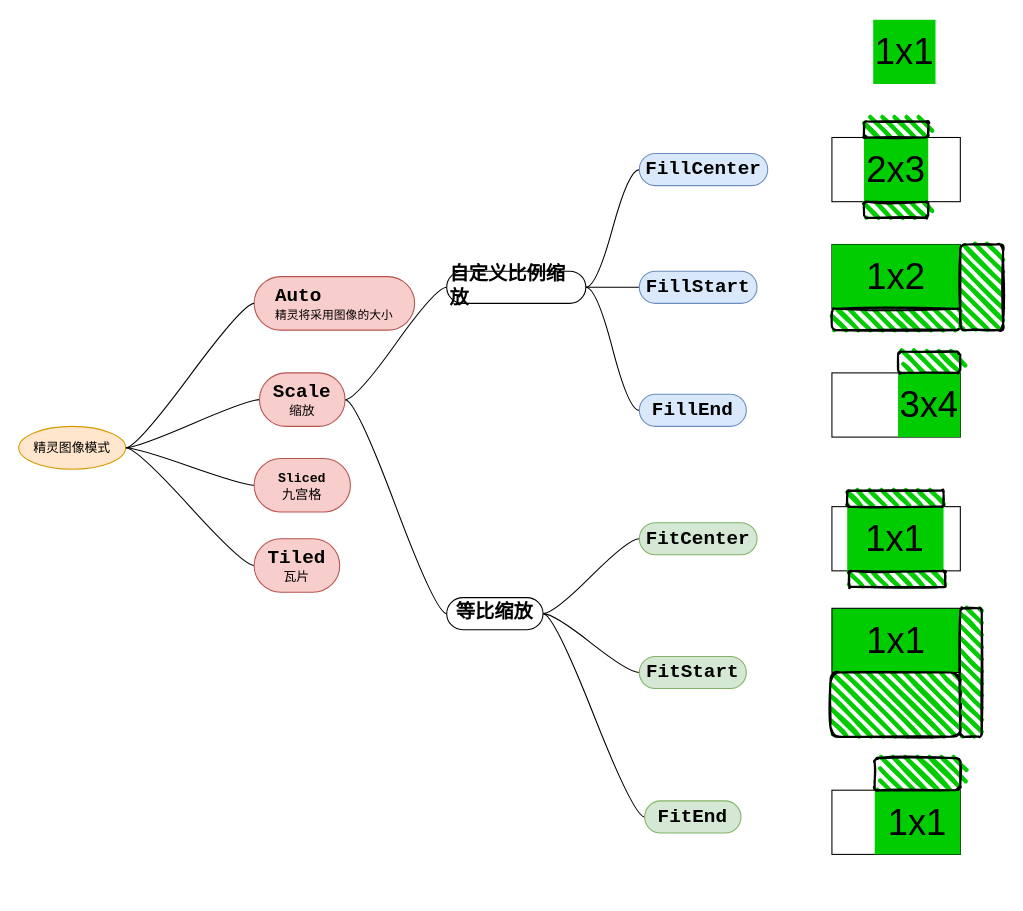
Earlier version of the draw.io diagram page "精灵的图像拉伸模式" (8 of 8) of bevy-0.17.drawio (topkg/graph). Source tidied: cells renumbered, new cells numbered last; positions are measured from the earlier drawing's top-left corner, leaving out a move shared by most shapes. Both pictures are drawn from the tidied source at 107%, with x=0, y=0 at pixel (18, 19).
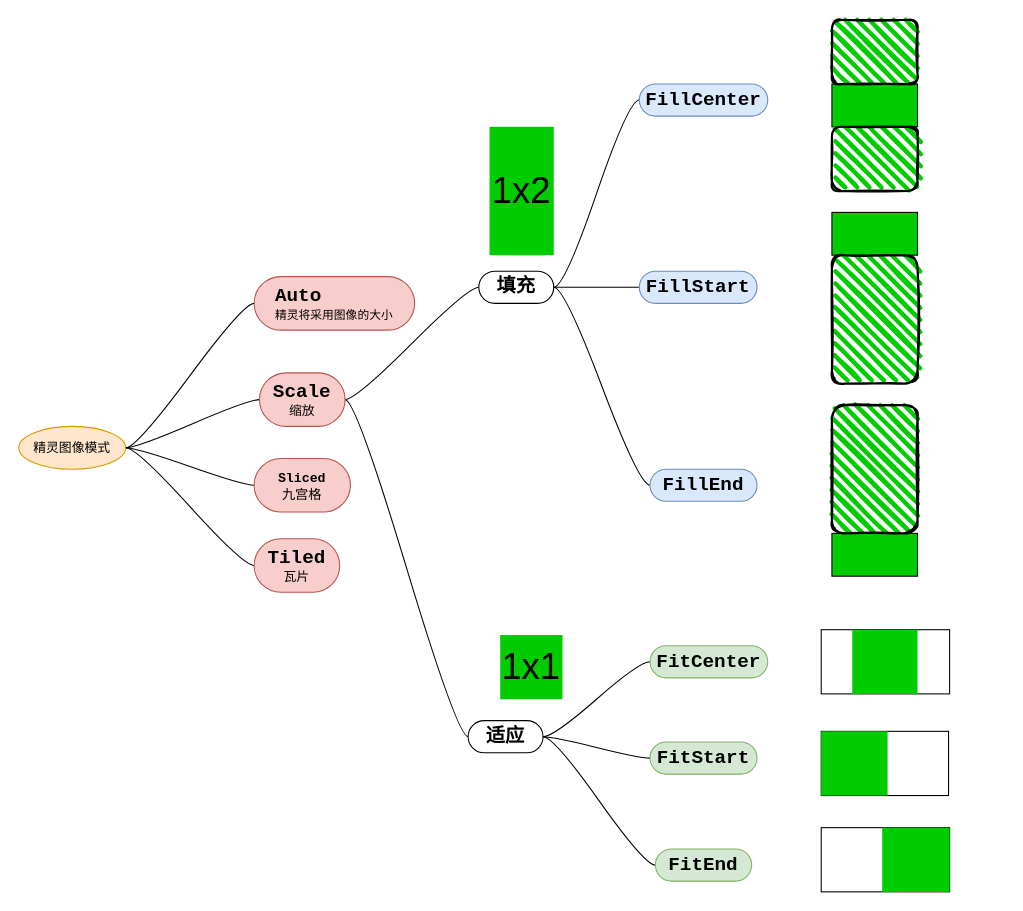
After the change.

Commit message:
更新填充he适应

Change to the diagram source:
```diff
@@
+    <mxCell id="55" style="rounded=0;whiteSpace=wrap;html=1;fillColor=none;" parent="1" vertex="1">
+      <mxGeometry x="750" y="665" width="119" height="60" as="geometry" />
+    </mxCell>
@@
-    <mxCell id="15" value="&lt;h3 class=&quot;code-header&quot; style=&quot;box-sizing: border-box; scrollbar-width: initial; scrollbar-color: rgba(36, 37, 39, 0.6) rgb(217, 217, 217); font-size: 1.125rem; margin: 0px; padding: 0px; font-family: &amp;quot;Fira Mono&amp;quot;, monospace; white-space-collapse: preserve; text-align: left;&quot;&gt;等比缩放&lt;/h3&gt;" style="whiteSpace=wrap;html=1;rounded=1;arcSize=50;align=center;verticalAlign=middle;strokeWidth=1;spacing=4;newEdgeStyle={&quot;edgeStyle&quot;:&quot;entityRelationEdgeStyle&quot;,&quot;startArrow&quot;:&quot;none&quot;,&quot;endArrow&quot;:&quot;none&quot;,&quot;segment&quot;:10,&quot;curved&quot;:1,&quot;sourcePerimeterSpacing&quot;:0,&quot;targetPerimeterSpacing&quot;:0};labelBackgroundColor=none;" parent="1" vertex="1">
-      <mxGeometry x="400" y="540" width="90" height="30" as="geometry" />
+    <mxCell id="15" value="&lt;h3 class=&quot;code-header&quot; style=&quot;box-sizing: border-box; scrollbar-width: initial; scrollbar-color: rgba(36, 37, 39, 0.6) rgb(217, 217, 217); font-size: 1.125rem; margin: 0px; padding: 0px; font-family: &amp;quot;Fira Mono&amp;quot;, monospace; white-space-collapse: preserve; text-align: left;&quot;&gt;适应&lt;/h3&gt;" style="whiteSpace=wrap;html=1;rounded=1;arcSize=50;align=center;verticalAlign=middle;strokeWidth=1;spacing=4;newEdgeStyle={&quot;edgeStyle&quot;:&quot;entityRelationEdgeStyle&quot;,&quot;startArrow&quot;:&quot;none&quot;,&quot;endArrow&quot;:&quot;none&quot;,&quot;segment&quot;:10,&quot;curved&quot;:1,&quot;sourcePerimeterSpacing&quot;:0,&quot;targetPerimeterSpacing&quot;:0};labelBackgroundColor=none;" parent="1" vertex="1">
+      <mxGeometry x="420" y="655" width="70" height="30" as="geometry" />
     </mxCell>
@@
     <mxCell id="18" value="&lt;h3 class=&quot;code-header&quot; style=&quot;box-sizing: border-box; scrollbar-width: initial; scrollbar-color: rgba(36, 37, 39, 0.6) rgb(217, 217, 217); font-size: 1.125rem; margin: 0px; padding: 0px; font-family: &amp;quot;Fira Mono&amp;quot;, monospace; white-space-collapse: preserve; text-align: left;&quot;&gt;FillCenter&lt;/h3&gt;" style="whiteSpace=wrap;html=1;rounded=1;arcSize=50;align=center;verticalAlign=middle;strokeWidth=1;spacing=4;newEdgeStyle={&quot;edgeStyle&quot;:&quot;entityRelationEdgeStyle&quot;,&quot;startArrow&quot;:&quot;none&quot;,&quot;endArrow&quot;:&quot;none&quot;,&quot;segment&quot;:10,&quot;curved&quot;:1,&quot;sourcePerimeterSpacing&quot;:0,&quot;targetPerimeterSpacing&quot;:0};fillColor=#dae8fc;strokeColor=#6c8ebf;labelBackgroundColor=none;" parent="1" vertex="1">
-      <mxGeometry x="580" y="125" width="120" height="30" as="geometry" />
+      <mxGeometry x="580" y="60" width="120" height="30" as="geometry" />
     </mxCell>
@@
     <mxCell id="20" value="&lt;h3 class=&quot;code-header&quot; style=&quot;box-sizing: border-box; scrollbar-width: initial; scrollbar-color: rgba(36, 37, 39, 0.6) rgb(217, 217, 217); font-size: 1.125rem; margin: 0px; padding: 0px; font-family: &amp;quot;Fira Mono&amp;quot;, monospace; white-space-collapse: preserve; text-align: left;&quot;&gt;FillEnd&lt;/h3&gt;" style="whiteSpace=wrap;html=1;rounded=1;arcSize=50;align=center;verticalAlign=middle;strokeWidth=1;spacing=4;newEdgeStyle={&quot;edgeStyle&quot;:&quot;entityRelationEdgeStyle&quot;,&quot;startArrow&quot;:&quot;none&quot;,&quot;endArrow&quot;:&quot;none&quot;,&quot;segment&quot;:10,&quot;curved&quot;:1,&quot;sourcePerimeterSpacing&quot;:0,&quot;targetPerimeterSpacing&quot;:0};fillColor=#dae8fc;strokeColor=#6c8ebf;labelBackgroundColor=none;" parent="1" vertex="1">
-      <mxGeometry x="580" y="350" width="100" height="30" as="geometry" />
+      <mxGeometry x="590" y="420" width="100" height="30" as="geometry" />
     </mxCell>
     <mxCell id="21" value="&lt;h3 class=&quot;code-header&quot; style=&quot;box-sizing: border-box; scrollbar-width: initial; scrollbar-color: rgba(36, 37, 39, 0.6) rgb(217, 217, 217); font-size: 1.125rem; margin: 0px; padding: 0px; font-family: &amp;quot;Fira Mono&amp;quot;, monospace; white-space-collapse: preserve; text-align: left;&quot;&gt;FitCenter&lt;/h3&gt;" style="whiteSpace=wrap;html=1;rounded=1;arcSize=50;align=center;verticalAlign=middle;strokeWidth=1;spacing=4;newEdgeStyle={&quot;edgeStyle&quot;:&quot;entityRelationEdgeStyle&quot;,&quot;startArrow&quot;:&quot;none&quot;,&quot;endArrow&quot;:&quot;none&quot;,&quot;segment&quot;:10,&quot;curved&quot;:1,&quot;sourcePerimeterSpacing&quot;:0,&quot;targetPerimeterSpacing&quot;:0};fillColor=#d5e8d4;strokeColor=#82b366;labelBackgroundColor=none;" parent="1" vertex="1">
-      <mxGeometry x="580" y="470" width="110" height="30" as="geometry" />
+      <mxGeometry x="590" y="585" width="110" height="30" as="geometry" />
     </mxCell>
     <mxCell id="22" value="&lt;h3 class=&quot;code-header&quot; style=&quot;box-sizing: border-box; scrollbar-width: initial; scrollbar-color: rgba(36, 37, 39, 0.6) rgb(217, 217, 217); font-size: 1.125rem; margin: 0px; padding: 0px; font-family: &amp;quot;Fira Mono&amp;quot;, monospace; white-space-collapse: preserve; text-align: left;&quot;&gt;FitStart&lt;/h3&gt;" style="whiteSpace=wrap;html=1;rounded=1;arcSize=50;align=center;verticalAlign=middle;strokeWidth=1;spacing=4;newEdgeStyle={&quot;edgeStyle&quot;:&quot;entityRelationEdgeStyle&quot;,&quot;startArrow&quot;:&quot;none&quot;,&quot;endArrow&quot;:&quot;none&quot;,&quot;segment&quot;:10,&quot;curved&quot;:1,&quot;sourcePerimeterSpacing&quot;:0,&quot;targetPerimeterSpacing&quot;:0};fillColor=#d5e8d4;strokeColor=#82b366;labelBackgroundColor=none;" parent="1" vertex="1">
-      <mxGeometry x="580" y="595" width="100" height="30" as="geometry" />
+      <mxGeometry x="590" y="675" width="100" height="30" as="geometry" />
     </mxCell>
     <mxCell id="23" value="&lt;h3 class=&quot;code-header&quot; style=&quot;box-sizing: border-box; scrollbar-width: initial; scrollbar-color: rgba(36, 37, 39, 0.6) rgb(217, 217, 217); font-size: 1.125rem; margin: 0px; padding: 0px; font-family: &amp;quot;Fira Mono&amp;quot;, monospace; white-space-collapse: preserve; text-align: left;&quot;&gt;FitEnd&lt;/h3&gt;" style="whiteSpace=wrap;html=1;rounded=1;arcSize=50;align=center;verticalAlign=middle;strokeWidth=1;spacing=4;newEdgeStyle={&quot;edgeStyle&quot;:&quot;entityRelationEdgeStyle&quot;,&quot;startArrow&quot;:&quot;none&quot;,&quot;endArrow&quot;:&quot;none&quot;,&quot;segment&quot;:10,&quot;curved&quot;:1,&quot;sourcePerimeterSpacing&quot;:0,&quot;targetPerimeterSpacing&quot;:0};fillColor=#d5e8d4;strokeColor=#82b366;labelBackgroundColor=none;" parent="1" vertex="1">
-      <mxGeometry x="585" y="730" width="90" height="30" as="geometry" />
+      <mxGeometry x="595" y="775" width="90" height="30" as="geometry" />
     </mxCell>
@@
-    <mxCell id="26" value="&lt;h3 class=&quot;code-header&quot; style=&quot;box-sizing: border-box; scrollbar-width: initial; scrollbar-color: rgba(36, 37, 39, 0.6) rgb(217, 217, 217); font-size: 1.125rem; margin: 0px; padding: 0px; font-family: &amp;quot;Fira Mono&amp;quot;, monospace; white-space-collapse: preserve; text-align: left;&quot;&gt;自定义比例缩放&lt;/h3&gt;" style="whiteSpace=wrap;html=1;rounded=1;arcSize=50;align=center;verticalAlign=middle;strokeWidth=1;spacing=4;newEdgeStyle={&quot;edgeStyle&quot;:&quot;entityRelationEdgeStyle&quot;,&quot;startArrow&quot;:&quot;none&quot;,&quot;endArrow&quot;:&quot;none&quot;,&quot;segment&quot;:10,&quot;curved&quot;:1,&quot;sourcePerimeterSpacing&quot;:0,&quot;targetPerimeterSpacing&quot;:0};labelBackgroundColor=none;" parent="1" vertex="1">
-      <mxGeometry x="400" y="235" width="130" height="30" as="geometry" />
+    <mxCell id="26" value="&lt;h3 class=&quot;code-header&quot; style=&quot;box-sizing: border-box; scrollbar-width: initial; scrollbar-color: rgba(36, 37, 39, 0.6) rgb(217, 217, 217); font-size: 1.125rem; margin: 0px; padding: 0px; font-family: &amp;quot;Fira Mono&amp;quot;, monospace; white-space-collapse: preserve; text-align: left;&quot;&gt;填充&lt;/h3&gt;" style="whiteSpace=wrap;html=1;rounded=1;arcSize=50;align=center;verticalAlign=middle;strokeWidth=1;spacing=4;newEdgeStyle={&quot;edgeStyle&quot;:&quot;entityRelationEdgeStyle&quot;,&quot;startArrow&quot;:&quot;none&quot;,&quot;endArrow&quot;:&quot;none&quot;,&quot;segment&quot;:10,&quot;curved&quot;:1,&quot;sourcePerimeterSpacing&quot;:0,&quot;targetPerimeterSpacing&quot;:0};labelBackgroundColor=none;" parent="1" vertex="1">
+      <mxGeometry x="430" y="235" width="70" height="30" as="geometry" />
     </mxCell>
     <mxCell id="27" value="&lt;font style=&quot;font-size: 34px;&quot;&gt;1x1&lt;/font&gt;" style="rounded=0;whiteSpace=wrap;html=1;fillColor=#00CC00;strokeColor=none;" parent="1" vertex="1">
-      <mxGeometry x="798.6" width="58.2" height="60" as="geometry" />
+      <mxGeometry x="450" y="575" width="58.2" height="60" as="geometry" />
     </mxCell>
-    <mxCell id="28" style="group;" parent="1" vertex="1">
-      <mxGeometry x="760" y="95" width="120" height="90" as="geometry" />
-    </mxCell>
-    <mxCell id="29" style="rounded=0;whiteSpace=wrap;html=1;fillColor=default;" parent="28" vertex="1">
-      <mxGeometry y="15" width="120" height="60" as="geometry" />
-    </mxCell>
-    <mxCell id="30" value="&lt;font style=&quot;font-size: 34px;&quot;&gt;2x3&lt;/font&gt;" style="rounded=0;whiteSpace=wrap;html=1;fillColor=#00CC00;strokeColor=none;" parent="28" vertex="1">
-      <mxGeometry x="30" y="15" width="60" height="60" as="geometry" />
-    </mxCell>
-    <mxCell id="31" style="rounded=1;whiteSpace=wrap;html=1;strokeWidth=2;fillWeight=4;hachureGap=8;hachureAngle=45;fillColor=#00CC00;sketch=1;" parent="28" vertex="1">
-      <mxGeometry x="30" y="75" width="60" height="15" as="geometry" />
-    </mxCell>
-    <mxCell id="32" style="rounded=1;whiteSpace=wrap;html=1;strokeWidth=2;fillWeight=4;hachureGap=8;hachureAngle=45;fillColor=#00CC00;sketch=1;" parent="28" vertex="1">
-      <mxGeometry x="30" width="60" height="15" as="geometry" />
-    </mxCell>
-    <mxCell id="33" style="group;" parent="1" vertex="1">
-      <mxGeometry x="760" y="210" width="160" height="80" as="geometry" />
-    </mxCell>
-    <mxCell id="34" style="rounded=0;whiteSpace=wrap;html=1;fillColor=default;" parent="33" vertex="1">
-      <mxGeometry width="120" height="60" as="geometry" />
-    </mxCell>
-    <mxCell id="35" value="&lt;font style=&quot;font-size: 34px;&quot;&gt;1x2&lt;/font&gt;" style="rounded=0;whiteSpace=wrap;html=1;fillColor=#00CC00;strokeColor=none;" parent="33" vertex="1">
-      <mxGeometry width="120" height="60" as="geometry" />
-    </mxCell>
-    <mxCell id="36" style="rounded=1;whiteSpace=wrap;html=1;strokeWidth=2;fillWeight=4;hachureGap=8;hachureAngle=45;fillColor=#00CC00;sketch=1;" parent="33" vertex="1">
-      <mxGeometry y="60" width="120" height="20" as="geometry" />
-    </mxCell>
-    <mxCell id="37" style="rounded=1;whiteSpace=wrap;html=1;strokeWidth=2;fillWeight=4;hachureGap=8;hachureAngle=45;fillColor=#00CC00;sketch=1;" parent="33" vertex="1">
-      <mxGeometry x="120" width="40" height="80" as="geometry" />
-    </mxCell>
-    <mxCell id="38" style="group;" parent="1" vertex="1">
-      <mxGeometry x="760" y="310" width="120" height="80" as="geometry" />
-    </mxCell>
-    <mxCell id="39" style="rounded=0;whiteSpace=wrap;html=1;fillColor=default;" parent="38" vertex="1">
-      <mxGeometry y="20" width="120" height="60" as="geometry" />
-    </mxCell>
-    <mxCell id="40" value="&lt;font style=&quot;font-size: 34px;&quot;&gt;3x4&lt;/font&gt;" style="rounded=0;whiteSpace=wrap;html=1;fillColor=#00CC00;strokeColor=none;" parent="38" vertex="1">
-      <mxGeometry x="61.8" y="20" width="58.2" height="60" as="geometry" />
-    </mxCell>
-    <mxCell id="41" style="rounded=1;whiteSpace=wrap;html=1;strokeWidth=2;fillWeight=4;hachureGap=8;hachureAngle=45;fillColor=#00CC00;sketch=1;" parent="38" vertex="1">
-      <mxGeometry x="61.8" width="58.2" height="20" as="geometry" />
-    </mxCell>
-    <mxCell id="42" style="group;" parent="1" vertex="1">
-      <mxGeometry x="760" y="440" width="120" height="90" as="geometry" />
-    </mxCell>
+    <mxCell id="52" style="rounded=0;whiteSpace=wrap;html=1;fillColor=#00CC00;strokeColor=none;" parent="1" vertex="1">
+      <mxGeometry x="750" y="665" width="62" height="60" as="geometry" />
+    </mxCell>
-    <mxCell id="43" style="rounded=0;whiteSpace=wrap;html=1;fillColor=default;" parent="42" vertex="1">
-      <mxGeometry y="15" width="120" height="60" as="geometry" />
+    <mxCell id="43" style="rounded=0;whiteSpace=wrap;html=1;fillColor=default;" parent="1" vertex="1">
+      <mxGeometry x="750" y="570" width="120" height="60" as="geometry" />
     </mxCell>
-    <mxCell id="44" value="&lt;font style=&quot;font-size: 34px;&quot;&gt;1x1&lt;/font&gt;" style="rounded=0;whiteSpace=wrap;html=1;fillColor=#00CC00;strokeColor=none;" parent="42" vertex="1">
-      <mxGeometry x="14.3" y="15" width="90" height="60" as="geometry" />
+    <mxCell id="44" style="rounded=0;whiteSpace=wrap;html=1;fillColor=#00CC00;strokeColor=none;" parent="1" vertex="1">
+      <mxGeometry x="779" y="570" width="61" height="60" as="geometry" />
     </mxCell>
-    <mxCell id="45" style="rounded=1;whiteSpace=wrap;html=1;strokeWidth=2;fillWeight=4;hachureGap=8;hachureAngle=45;fillColor=#00CC00;sketch=1;" parent="42" vertex="1">
-      <mxGeometry x="15.8" y="75" width="90" height="15" as="geometry" />
-    </mxCell>
-    <mxCell id="46" style="rounded=1;whiteSpace=wrap;html=1;strokeWidth=2;fillWeight=4;hachureGap=8;hachureAngle=45;fillColor=#00CC00;sketch=1;" parent="42" vertex="1">
-      <mxGeometry x="14.3" width="90" height="15" as="geometry" />
-    </mxCell>
-    <mxCell id="47" style="group;" parent="1" vertex="1">
-      <mxGeometry x="760" y="690" width="120" height="90" as="geometry" />
-    </mxCell>
-    <mxCell id="48" style="rounded=0;whiteSpace=wrap;html=1;fillColor=default;" parent="47" vertex="1">
-      <mxGeometry y="30" width="120" height="60" as="geometry" />
+    <mxCell id="48" style="rounded=0;whiteSpace=wrap;html=1;fillColor=default;" parent="1" vertex="1">
+      <mxGeometry x="750" y="755" width="120" height="60" as="geometry" />
     </mxCell>
-    <mxCell id="49" value="&lt;font style=&quot;font-size: 34px;&quot;&gt;1x1&lt;/font&gt;" style="rounded=0;whiteSpace=wrap;html=1;fillColor=#00CC00;strokeColor=none;" parent="47" vertex="1">
-      <mxGeometry x="40" y="30" width="80" height="60" as="geometry" />
+    <mxCell id="49" style="rounded=0;whiteSpace=wrap;html=1;fillColor=#00CC00;strokeColor=none;" parent="1" vertex="1">
+      <mxGeometry x="807" y="755" width="63" height="60" as="geometry" />
     </mxCell>
-    <mxCell id="50" style="rounded=1;whiteSpace=wrap;html=1;strokeWidth=2;fillWeight=4;hachureGap=8;hachureAngle=45;fillColor=#00CC00;sketch=1;" parent="47" vertex="1">
-      <mxGeometry x="40" width="80" height="30" as="geometry" />
-    </mxCell>
-    <mxCell id="51" style="group;" parent="1" vertex="1">
-      <mxGeometry x="758.6" y="550" width="141.4" height="120" as="geometry" />
-    </mxCell>
-    <mxCell id="52" value="&lt;font style=&quot;font-size: 34px;&quot;&gt;1x1&lt;/font&gt;" style="rounded=0;whiteSpace=wrap;html=1;fillColor=#00CC00;strokeColor=none;" parent="51" vertex="1">
-      <mxGeometry x="1.4" width="120" height="60" as="geometry" />
-    </mxCell>
-    <mxCell id="53" style="rounded=1;whiteSpace=wrap;html=1;strokeWidth=2;fillWeight=4;hachureGap=8;hachureAngle=45;fillColor=#00CC00;sketch=1;" parent="51" vertex="1">
-      <mxGeometry y="60" width="121.4" height="60" as="geometry" />
-    </mxCell>
-    <mxCell id="54" style="rounded=1;whiteSpace=wrap;html=1;strokeWidth=2;fillWeight=4;hachureGap=8;hachureAngle=45;fillColor=#00CC00;sketch=1;" parent="51" vertex="1">
-      <mxGeometry x="121.4" width="20" height="120" as="geometry" />
-    </mxCell>
-    <mxCell id="55" style="rounded=0;whiteSpace=wrap;html=1;fillColor=none;" parent="51" vertex="1">
-      <mxGeometry x="1.4" width="120" height="60" as="geometry" />
-    </mxCell>
+    <mxCell id="35" value="&lt;font style=&quot;font-size: 34px;&quot;&gt;1x2&lt;/font&gt;" style="rounded=0;whiteSpace=wrap;html=1;fillColor=#00CC00;strokeColor=none;" parent="1" vertex="1">
+      <mxGeometry x="440" y="100" width="60" height="120" as="geometry" />
+    </mxCell>
+    <mxCell id="29" style="rounded=0;whiteSpace=wrap;html=1;fillColor=#00CC00;" parent="1" vertex="1">
+      <mxGeometry x="760" y="60" width="80" height="40" as="geometry" />
+    </mxCell>
+    <mxCell id="32" style="rounded=1;whiteSpace=wrap;html=1;strokeWidth=2;fillWeight=4;hachureGap=8;hachureAngle=45;fillColor=#00CC00;sketch=1;" parent="1" vertex="1">
+      <mxGeometry x="760" y="100" width="80" height="60" as="geometry" />
+    </mxCell>
+    <mxCell id="56" style="rounded=1;whiteSpace=wrap;html=1;strokeWidth=2;fillWeight=4;hachureGap=8;hachureAngle=45;fillColor=#00CC00;sketch=1;" parent="1" vertex="1">
+      <mxGeometry x="760" width="80" height="60" as="geometry" />
+    </mxCell>
+    <mxCell id="57" style="rounded=0;whiteSpace=wrap;html=1;fillColor=#00CC00;" parent="1" vertex="1">
+      <mxGeometry x="760" y="180" width="80" height="40" as="geometry" />
+    </mxCell>
+    <mxCell id="58" style="rounded=1;whiteSpace=wrap;html=1;strokeWidth=2;fillWeight=4;hachureGap=8;hachureAngle=45;fillColor=#00CC00;sketch=1;" parent="1" vertex="1">
+      <mxGeometry x="760" y="220" width="80" height="120" as="geometry" />
+    </mxCell>
+    <mxCell id="59" style="rounded=0;whiteSpace=wrap;html=1;fillColor=#00CC00;" parent="1" vertex="1">
+      <mxGeometry x="760" y="480" width="80" height="40" as="geometry" />
+    </mxCell>
+    <mxCell id="60" style="rounded=1;whiteSpace=wrap;html=1;strokeWidth=2;fillWeight=4;hachureGap=8;hachureAngle=45;fillColor=#00CC00;sketch=1;" parent="1" vertex="1">
+      <mxGeometry x="760" y="360" width="80" height="120" as="geometry" />
+    </mxCell>
```
